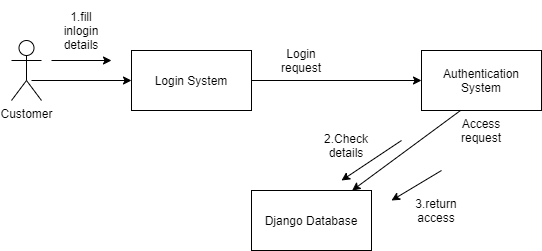
Earlier version of the draw.io export Diagrams/Collaboration Diagram/Login Collaboration Diagrams.png (renttrent/Techengers). Source tidied: cells renumbered, new cells last; positions are measured from the earlier drawing's top-left corner, leaving out a move shared by most shapes.
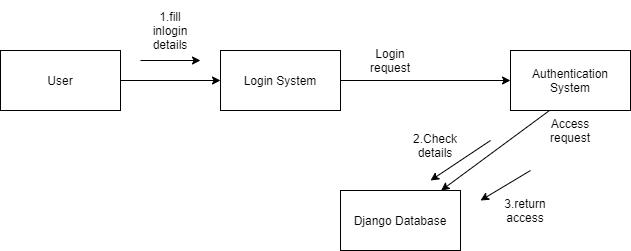
The same diagram one commit later.

Change to the diagram source:
```diff
@@ -46,14 +46,14 @@
         <mxPoint x="20" y="80" as="sourcePoint" />
       </mxGeometry>
     </mxCell>
-    <mxCell id="15" value="Customer" style="shape=umlActor;verticalLabelPosition=bottom;verticalAlign=top;html=1;" parent="1" vertex="1">
-      <mxGeometry y="40" width="30" height="60" as="geometry" />
-    </mxCell>
     <mxCell id="16" style="endArrow=classic;html=1;" parent="1" edge="1">
       <mxGeometry relative="1" as="geometry">
         <mxPoint x="430" y="170" as="sourcePoint" />
         <mxPoint x="380" y="200" as="targetPoint" />
       </mxGeometry>
     </mxCell>
+    <mxCell id="17" value="User" style="rounded=0;whiteSpace=wrap;html=1;" parent="1" vertex="1">
+      <mxGeometry x="-100" y="50" width="120" height="60" as="geometry" />
+    </mxCell>
   </root>
 </mxGraphModel>
```
